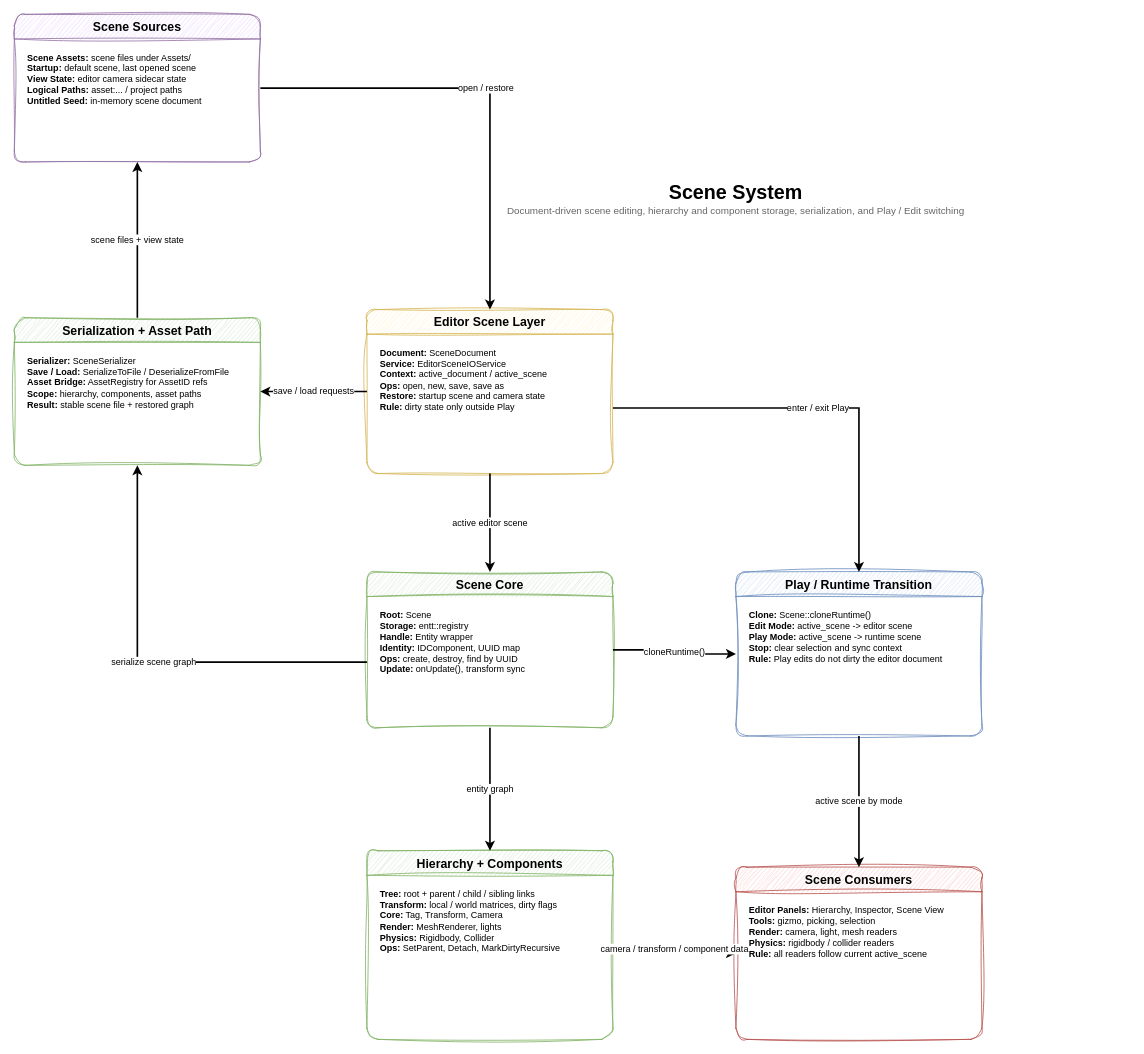
The-Lyricis/HybridEngine keeps this draw.io diagram as docs/uml/scene_system.drawio. Above is the earlier version. Source tidied: cells renumbered, new cells numbered last; positions are measured from the earlier drawing's top-left corner, leaving out a move shared by most shapes. Both pictures are drawn from the tidied source at 82%, with x=0, y=0 at pixel (14, 14).
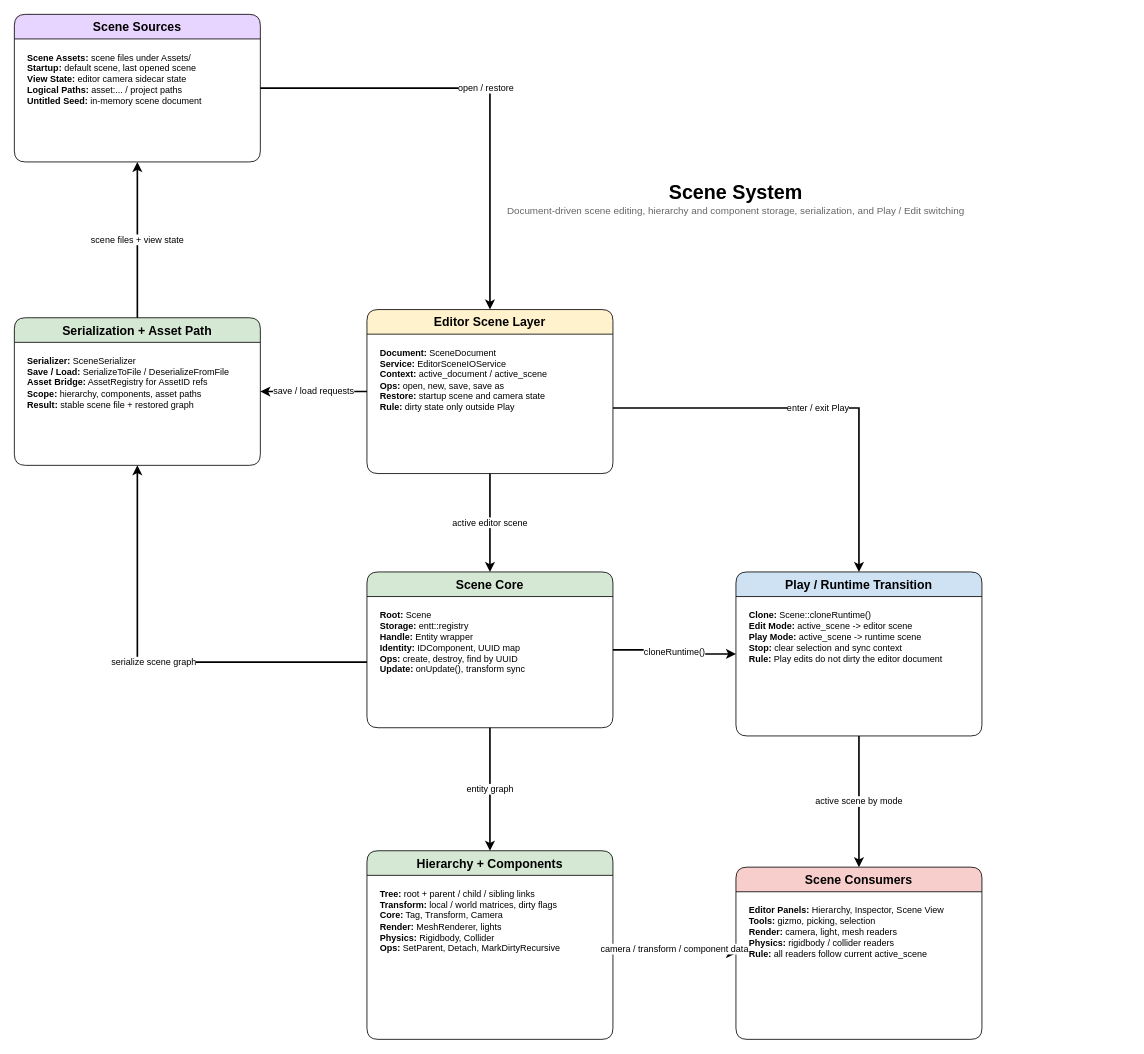
The same page after the edit.

Change to the diagram source:
```diff
@@
-    <mxCell id="3" value="Scene Sources" style="swimlane;whiteSpace=wrap;html=1;rounded=1;startSize=30;fillColor=#E8D5FF;strokeColor=#9673A6;fontSize=15;fontStyle=1;horizontal=1;sketch=1;curveFitting=1;jiggle=2;" parent="1" vertex="1">
+    <mxCell id="3" value="Scene Sources" style="swimlane;whiteSpace=wrap;html=1;rounded=1;startSize=30;fillColor=#E8D5FF;strokeColor=#000000;fontSize=15;fontStyle=1;horizontal=1;" parent="1" vertex="1">
       <mxGeometry width="300" height="180" as="geometry" />
     </mxCell>
@@
-    <mxCell id="5" value="Editor Scene Layer" style="swimlane;whiteSpace=wrap;html=1;rounded=1;startSize=30;fillColor=#FFF2CC;strokeColor=#D6B656;fontSize=15;fontStyle=1;horizontal=1;sketch=1;curveFitting=1;jiggle=2;" parent="1" vertex="1">
+    <mxCell id="5" value="Editor Scene Layer" style="swimlane;whiteSpace=wrap;html=1;rounded=1;startSize=30;fillColor=#FFF2CC;strokeColor=#000000;fontSize=15;fontStyle=1;horizontal=1;" parent="1" vertex="1">
       <mxGeometry x="430" y="360" width="300" height="200" as="geometry" />
     </mxCell>
@@
-    <mxCell id="7" value="Scene Core" style="swimlane;whiteSpace=wrap;html=1;rounded=1;startSize=30;fillColor=#D5E8D4;strokeColor=#82B366;fontSize=15;fontStyle=1;horizontal=1;sketch=1;curveFitting=1;jiggle=2;" parent="1" vertex="1">
+    <mxCell id="7" value="Scene Core" style="swimlane;whiteSpace=wrap;html=1;rounded=1;startSize=30;fillColor=#D5E8D4;strokeColor=#000000;fontSize=15;fontStyle=1;horizontal=1;" parent="1" vertex="1">
       <mxGeometry x="430" y="680" width="300" height="190" as="geometry" />
     </mxCell>
@@
-    <mxCell id="9" value="Play / Runtime Transition" style="swimlane;whiteSpace=wrap;html=1;rounded=1;startSize=30;fillColor=#CFE2F3;strokeColor=#6C8EBF;fontSize=15;fontStyle=1;horizontal=1;sketch=1;curveFitting=1;jiggle=2;" parent="1" vertex="1">
+    <mxCell id="9" value="Play / Runtime Transition" style="swimlane;whiteSpace=wrap;html=1;rounded=1;startSize=30;fillColor=#CFE2F3;strokeColor=#000000;fontSize=15;fontStyle=1;horizontal=1;" parent="1" vertex="1">
       <mxGeometry x="880" y="680" width="300" height="200" as="geometry" />
     </mxCell>
@@
-    <mxCell id="11" value="Serialization + Asset Path" style="swimlane;whiteSpace=wrap;html=1;rounded=1;startSize=30;fillColor=#D5E8D4;strokeColor=#82B366;fontSize=15;fontStyle=1;horizontal=1;sketch=1;curveFitting=1;jiggle=2;" parent="1" vertex="1">
+    <mxCell id="11" value="Serialization + Asset Path" style="swimlane;whiteSpace=wrap;html=1;rounded=1;startSize=30;fillColor=#D5E8D4;strokeColor=#000000;fontSize=15;fontStyle=1;horizontal=1;" parent="1" vertex="1">
       <mxGeometry y="370" width="300" height="180" as="geometry" />
     </mxCell>
@@
-    <mxCell id="13" value="Hierarchy + Components" style="swimlane;whiteSpace=wrap;html=1;rounded=1;startSize=30;fillColor=#D5E8D4;strokeColor=#82B366;fontSize=15;fontStyle=1;horizontal=1;sketch=1;curveFitting=1;jiggle=2;" parent="1" vertex="1">
+    <mxCell id="13" value="Hierarchy + Components" style="swimlane;whiteSpace=wrap;html=1;rounded=1;startSize=30;fillColor=#D5E8D4;strokeColor=#000000;fontSize=15;fontStyle=1;horizontal=1;" parent="1" vertex="1">
       <mxGeometry x="430" y="1020" width="300" height="230" as="geometry" />
     </mxCell>
@@
-    <mxCell id="15" value="Scene Consumers" style="swimlane;whiteSpace=wrap;html=1;rounded=1;startSize=30;fillColor=#F8CECC;strokeColor=#B85450;fontSize=15;fontStyle=1;horizontal=1;sketch=1;curveFitting=1;jiggle=2;" parent="1" vertex="1">
+    <mxCell id="15" value="Scene Consumers" style="swimlane;whiteSpace=wrap;html=1;rounded=1;startSize=30;fillColor=#F8CECC;strokeColor=#000000;fontSize=15;fontStyle=1;horizontal=1;" parent="1" vertex="1">
       <mxGeometry x="880" y="1040" width="300" height="210" as="geometry" />
     </mxCell>
```
